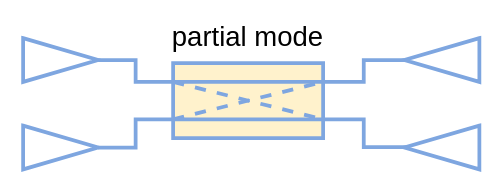
Dherse/masterproef keeps this draw.io diagram as figures/drawio/2x2_coupler.drawio. Above is the earlier version. Source tidied: cells renumbered, new cells numbered last; positions are measured from the earlier drawing's top-left corner, leaving out a move shared by most shapes. Both pictures are drawn from the tidied source at 125%, with x=0, y=0 at pixel (22, 25).
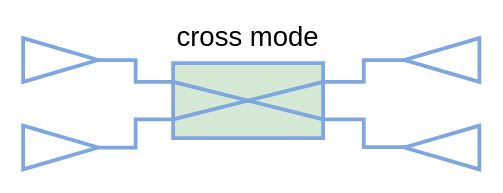
The same page after the edit.

Change to the diagram source:
```diff
@@
 <mxGraphModel>
   <root>
     <mxCell id="0" />
     <mxCell id="1" parent="0" />
     <mxCell id="2" style="triangle;whiteSpace=wrap;html=1;strokeColor=#7EA6E0;strokeWidth=3;" parent="1" vertex="1">
       <mxGeometry y="10" width="60" height="35" as="geometry" />
     </mxCell>
     <mxCell id="3" style="edgeStyle=orthogonalEdgeStyle;rounded=0;jettySize=auto;html=1;exitX=0;exitY=0.25;exitDx=0;exitDy=0;entryX=1;entryY=0.5;entryDx=0;entryDy=0;strokeColor=#7EA6E0;strokeWidth=3;endArrow=none;endFill=0;" parent="1" edge="1" source="11" target="2">
       <mxGeometry relative="1" as="geometry" />
     </mxCell>
     <mxCell id="4" style="triangle;whiteSpace=wrap;html=1;strokeColor=#7EA6E0;strokeWidth=3;" parent="1" vertex="1">
       <mxGeometry y="80" width="60" height="35" as="geometry" />
     </mxCell>
     <mxCell id="5" style="edgeStyle=orthogonalEdgeStyle;shape=connector;rounded=0;jettySize=auto;html=1;exitX=0;exitY=0.75;exitDx=0;exitDy=0;entryX=1;entryY=0.5;entryDx=0;entryDy=0;labelBackgroundColor=default;strokeColor=#7EA6E0;strokeWidth=3;fontFamily=Helvetica;fontSize=11;fontColor=default;endArrow=none;endFill=0;" parent="1" edge="1" source="11" target="4">
       <mxGeometry relative="1" as="geometry" />
     </mxCell>
     <mxCell id="6" style="triangle;whiteSpace=wrap;html=1;strokeColor=#7EA6E0;strokeWidth=3;flipH=1;" parent="1" vertex="1">
       <mxGeometry x="305" y="10" width="60" height="35" as="geometry" />
     </mxCell>
     <mxCell id="7" style="triangle;whiteSpace=wrap;html=1;strokeColor=#7EA6E0;strokeWidth=3;flipH=1;" parent="1" vertex="1">
       <mxGeometry x="305" y="80" width="60" height="35" as="geometry" />
     </mxCell>
     <mxCell id="8" style="edgeStyle=orthogonalEdgeStyle;shape=connector;rounded=0;jettySize=auto;html=1;exitX=1;exitY=0.25;exitDx=0;exitDy=0;entryX=0;entryY=0.5;entryDx=0;entryDy=0;labelBackgroundColor=default;strokeColor=#7EA6E0;strokeWidth=3;fontFamily=Helvetica;fontSize=12;fontColor=default;endArrow=none;endFill=0;" parent="1" edge="1" source="11" target="6">
       <mxGeometry relative="1" as="geometry" />
     </mxCell>
     <mxCell id="9" style="edgeStyle=orthogonalEdgeStyle;shape=connector;rounded=0;jettySize=auto;html=1;exitX=1;exitY=0.75;exitDx=0;exitDy=0;entryX=0.977;entryY=0.491;entryDx=0;entryDy=0;entryPerimeter=0;labelBackgroundColor=default;strokeColor=#7EA6E0;strokeWidth=3;fontFamily=Helvetica;fontSize=12;fontColor=default;endArrow=none;endFill=0;" parent="1" edge="1" source="11" target="7">
       <mxGeometry relative="1" as="geometry" />
     </mxCell>
-    <mxCell id="10" value="partial mode" style="text;html=1;strokeColor=none;fillColor=none;align=center;verticalAlign=middle;whiteSpace=wrap;rounded=0;fontFamily=UGent Panno Text;fontSize=22;" parent="1" vertex="1">
+    <mxCell id="10" value="cross mode" style="text;html=1;strokeColor=none;fillColor=none;align=center;verticalAlign=middle;whiteSpace=wrap;rounded=0;fontFamily=UGent Panno Text;fontSize=22;" parent="1" vertex="1">
       <mxGeometry x="100" width="160" height="20" as="geometry" />
     </mxCell>
-    <mxCell id="11" style="rounded=0;whiteSpace=wrap;html=1;fillColor=#fff2cc;strokeColor=#7EA6E0;strokeWidth=3;" parent="1" vertex="1">
+    <mxCell id="11" style="rounded=0;whiteSpace=wrap;html=1;fillColor=#d5e8d4;strokeColor=#7EA6E0;strokeWidth=3;" parent="1" vertex="1">
       <mxGeometry x="120" y="30" width="120" height="60" as="geometry" />
     </mxCell>
-    <mxCell id="12" style="endArrow=none;html=1;rounded=0;labelBackgroundColor=default;strokeColor=#7EA6E0;strokeWidth=3;fontFamily=Helvetica;fontSize=12;fontColor=default;shape=connector;exitX=0;exitY=0.25;exitDx=0;exitDy=0;entryX=1;entryY=0.25;entryDx=0;entryDy=0;endFill=0;" parent="1" edge="1" source="11" target="11">
+    <mxCell id="12" style="endArrow=none;html=1;rounded=0;labelBackgroundColor=default;strokeColor=#7EA6E0;strokeWidth=3;fontFamily=Helvetica;fontSize=12;fontColor=default;shape=connector;exitX=0;exitY=0.25;exitDx=0;exitDy=0;entryX=1;entryY=0.75;entryDx=0;entryDy=0;endFill=0;" parent="1" edge="1" source="11" target="11">
       <mxGeometry relative="1" as="geometry" />
     </mxCell>
-    <mxCell id="13" style="endArrow=none;html=1;rounded=0;labelBackgroundColor=default;strokeColor=#7EA6E0;strokeWidth=3;fontFamily=Helvetica;fontSize=12;fontColor=default;shape=connector;exitX=0;exitY=0.75;exitDx=0;exitDy=0;entryX=1;entryY=0.25;entryDx=0;entryDy=0;endFill=0;dashed=1;" parent="1" edge="1" source="11" target="11">
-      <mxGeometry relative="1" as="geometry" />
-    </mxCell>
-    <mxCell id="14" style="endArrow=none;html=1;rounded=0;labelBackgroundColor=default;strokeColor=#7EA6E0;strokeWidth=3;fontFamily=Helvetica;fontSize=12;fontColor=default;shape=connector;exitX=0;exitY=0.25;exitDx=0;exitDy=0;entryX=1;entryY=0.75;entryDx=0;entryDy=0;endFill=0;dashed=1;" parent="1" edge="1" source="11" target="11">
-      <mxGeometry relative="1" as="geometry" />
-    </mxCell>
-    <mxCell id="15" style="endArrow=none;html=1;rounded=0;labelBackgroundColor=default;strokeColor=#7EA6E0;strokeWidth=3;fontFamily=Helvetica;fontSize=12;fontColor=default;shape=connector;exitX=0;exitY=0.75;exitDx=0;exitDy=0;entryX=1;entryY=0.75;entryDx=0;entryDy=0;endFill=0;" parent="1" edge="1" source="11" target="11">
+    <mxCell id="15" style="endArrow=none;html=1;rounded=0;labelBackgroundColor=default;strokeColor=#7EA6E0;strokeWidth=3;fontFamily=Helvetica;fontSize=12;fontColor=default;shape=connector;exitX=0;exitY=0.75;exitDx=0;exitDy=0;entryX=1;entryY=0.25;entryDx=0;entryDy=0;endFill=0;" parent="1" edge="1" source="11" target="11">
       <mxGeometry relative="1" as="geometry" />
     </mxCell>
   </root>
 </mxGraphModel>
```
